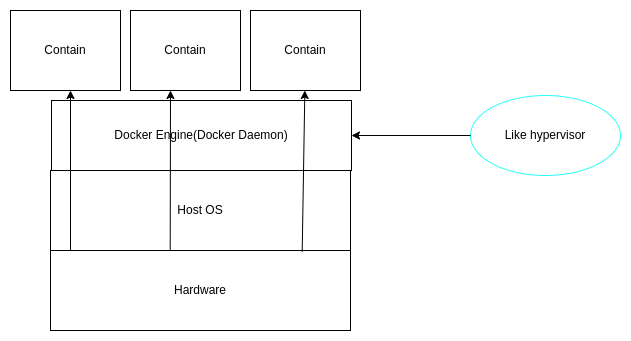
Before: images/docker.drawio.png, a diagram exported from draw.io (mohibul75/Hello-with-Docker). Source tidied: cells renumbered, new cells last; positions are measured from the earlier drawing's top-left corner, leaving out a move shared by most shapes.
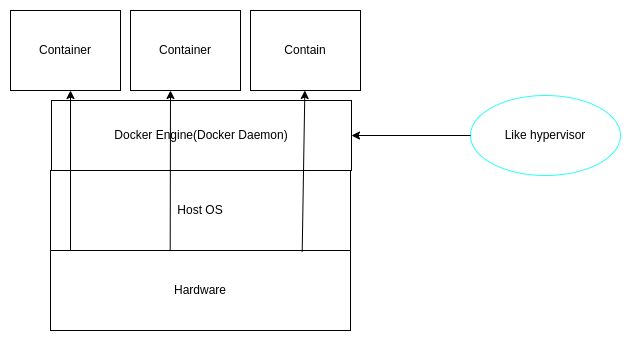
The same file after the commit.

The edit, as a diff of the source:
```diff
@@ -11,10 +11,10 @@
     <mxCell id="4" value="Docker Engine(Docker Daemon)" style="rounded=0;whiteSpace=wrap;html=1;" parent="1" vertex="1">
       <mxGeometry x="41" y="90" width="300" height="70" as="geometry" />
     </mxCell>
-    <mxCell id="5" value="Contain" style="rounded=0;whiteSpace=wrap;html=1;" parent="1" vertex="1">
+    <mxCell id="5" value="Container" style="rounded=0;whiteSpace=wrap;html=1;" parent="1" vertex="1">
       <mxGeometry width="110" height="80" as="geometry" />
     </mxCell>
-    <mxCell id="6" value="Contain" style="rounded=0;whiteSpace=wrap;html=1;" parent="1" vertex="1">
+    <mxCell id="6" value="Container" style="rounded=0;whiteSpace=wrap;html=1;" parent="1" vertex="1">
       <mxGeometry x="120" width="110" height="80" as="geometry" />
     </mxCell>
     <mxCell id="7" value="Contain" style="rounded=0;whiteSpace=wrap;html=1;" parent="1" vertex="1">
```
